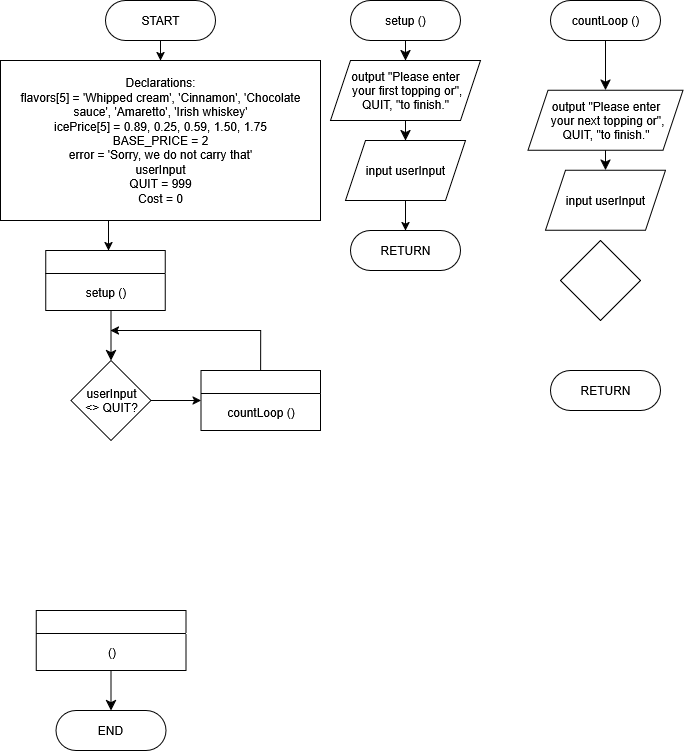
The draw.io diagram Module 7 - Arrays Exercise 2 - Connor Bowles.drawio.png in CBowles10/SDEV_120_FALL2025_CBOWLES, before a commit. Source tidied: cells renumbered, new cells last; positions are measured from the earlier drawing's top-left corner, leaving out a move shared by most shapes.
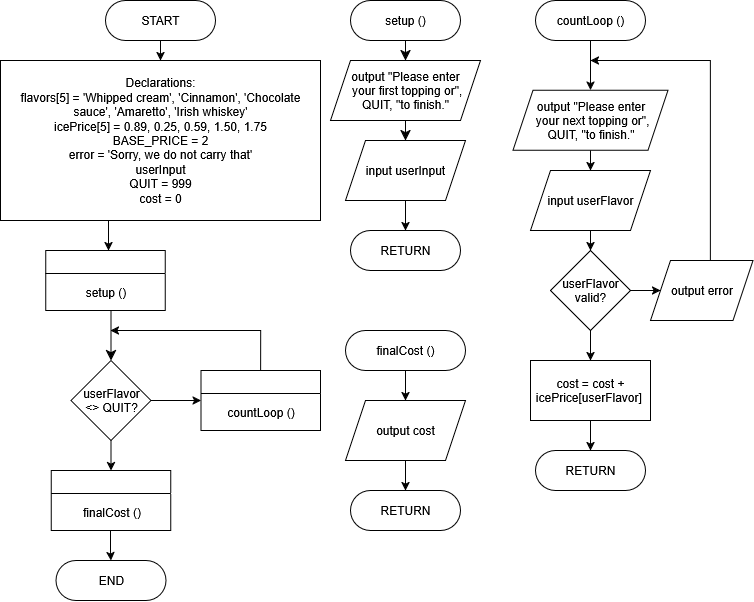
The same file after the commit.

What changed in the source:
```diff
@@ -14,7 +14,7 @@
         <mxPoint x="108.1" y="250" as="targetPoint" />
       </mxGeometry>
     </mxCell>
-    <mxCell id="5" value="Declarations:&lt;div&gt;flavors[5] = 'Whipped cream', 'Cinnamon', 'Chocolate sauce', 'Amaretto', 'Irish whiskey'&lt;br&gt;icePrice[5] = 0.89, 0.25, 0.59, 1.50, 1.75&lt;br&gt;BASE_PRICE = 2&lt;br&gt;error = 'Sorry, we do not carry that'&lt;/div&gt;&lt;div&gt;userInput&lt;br&gt;QUIT = 999&lt;br&gt;Cost = 0&lt;/div&gt;" style="rounded=0;whiteSpace=wrap;html=1;" parent="1" vertex="1">
+    <mxCell id="5" value="Declarations:&lt;div&gt;flavors[5] = 'Whipped cream', 'Cinnamon', 'Chocolate sauce', 'Amaretto', 'Irish whiskey'&lt;br&gt;icePrice[5] = 0.89, 0.25, 0.59, 1.50, 1.75&lt;br&gt;BASE_PRICE = 2&lt;br&gt;error = 'Sorry, we do not carry that'&lt;/div&gt;&lt;div&gt;userInput&lt;br&gt;QUIT = 999&lt;br&gt;cost = 0&lt;/div&gt;" style="rounded=0;whiteSpace=wrap;html=1;" parent="1" vertex="1">
       <mxGeometry y="60" width="320" height="160" as="geometry" />
     </mxCell>
     <mxCell id="6" style="edgeStyle=orthogonalEdgeStyle;rounded=0;jettySize=auto;html=1;exitX=0.5;exitY=0;exitDx=0;exitDy=0;" parent="1" edge="1" source="7">
@@ -43,21 +43,15 @@
       <mxGeometry x="29.8" y="25" width="60" height="30" as="geometry" />
     </mxCell>
     <mxCell id="12" value="END" style="rounded=1;whiteSpace=wrap;html=1;arcSize=50;" parent="1" vertex="1">
-      <mxGeometry x="55.5" y="710" width="110" height="40" as="geometry" />
+      <mxGeometry x="55.5" y="560" width="110" height="40" as="geometry" />
     </mxCell>
-    <mxCell id="13" style="edgeStyle=none;curved=1;rounded=0;jettySize=auto;html=1;exitX=0.5;exitY=1;exitDx=0;exitDy=0;entryX=0.5;entryY=0;entryDx=0;entryDy=0;fontSize=12;startSize=8;endSize=8;" parent="1" edge="1" source="14" target="12">
-      <mxGeometry relative="1" as="geometry" />
-    </mxCell>
-    <mxCell id="14" style="swimlane;whiteSpace=wrap;html=1;" parent="1" vertex="1">
-      <mxGeometry x="35.6" y="610" width="149.8" height="60" as="geometry" />
-    </mxCell>
-    <mxCell id="15" value="&lt;font style=&quot;font-size: 12px;&quot;&gt;()&lt;/font&gt;" style="text;html=1;align=center;verticalAlign=middle;strokeColor=none;fillColor=none;fontSize=16;" parent="14" vertex="1">
-      <mxGeometry x="59.9" y="25" width="30" height="30" as="geometry" />
-    </mxCell>
     <mxCell id="16" style="edgeStyle=orthogonalEdgeStyle;rounded=0;jettySize=auto;html=1;exitX=1;exitY=0.5;exitDx=0;exitDy=0;entryX=0;entryY=0.5;entryDx=0;entryDy=0;" parent="1" edge="1" source="17" target="7">
       <mxGeometry relative="1" as="geometry" />
     </mxCell>
+    <mxCell id="33" style="edgeStyle=orthogonalEdgeStyle;rounded=0;jettySize=auto;html=1;exitX=0.5;exitY=1;exitDx=0;exitDy=0;entryX=0.5;entryY=0;entryDx=0;entryDy=0;" parent="1" edge="1" source="17" target="42">
+      <mxGeometry relative="1" as="geometry" />
+    </mxCell>
-    <mxCell id="17" value="userInput&lt;br&gt;&amp;lt;&amp;gt; QUIT?" style="rhombus;whiteSpace=wrap;html=1;" parent="1" vertex="1">
+    <mxCell id="17" value="userFlavor&lt;br&gt;&amp;lt;&amp;gt; QUIT?" style="rhombus;whiteSpace=wrap;html=1;" parent="1" vertex="1">
       <mxGeometry x="70.5" y="360" width="80" height="80" as="geometry" />
     </mxCell>
     <mxCell id="18" style="edgeStyle=none;curved=1;rounded=0;jettySize=auto;html=1;exitX=0.5;exitY=1;exitDx=0;exitDy=0;entryX=0.5;entryY=0;entryDx=0;entryDy=0;fontSize=12;startSize=8;endSize=8;" parent="1" edge="1" source="19" target="21">
@@ -81,32 +75,84 @@
     <mxCell id="24" value="RETURN" style="rounded=1;whiteSpace=wrap;html=1;arcSize=50;" parent="1" vertex="1">
       <mxGeometry x="350" y="230" width="110" height="40" as="geometry" />
     </mxCell>
-    <mxCell id="25" style="edgeStyle=none;curved=1;rounded=0;jettySize=auto;html=1;exitX=0.5;exitY=1;exitDx=0;exitDy=0;entryX=0.5;entryY=0;entryDx=0;entryDy=0;fontSize=12;startSize=8;endSize=8;" parent="1" edge="1" source="26" target="28">
+    <mxCell id="25" style="edgeStyle=orthogonalEdgeStyle;rounded=0;jettySize=auto;html=1;" parent="1" edge="1" source="26" target="28">
       <mxGeometry relative="1" as="geometry" />
     </mxCell>
     <mxCell id="26" value="countLoop ()" style="rounded=1;whiteSpace=wrap;html=1;arcSize=50;" parent="1" vertex="1">
-      <mxGeometry x="550" width="110" height="40" as="geometry" />
+      <mxGeometry x="535" width="110" height="40" as="geometry" />
     </mxCell>
-    <mxCell id="27" style="edgeStyle=none;curved=1;rounded=0;jettySize=auto;html=1;exitX=0.5;exitY=1;exitDx=0;exitDy=0;fontSize=12;startSize=8;endSize=8;" parent="1" edge="1" source="28" target="29">
+    <mxCell id="27" style="edgeStyle=orthogonalEdgeStyle;rounded=0;jettySize=auto;html=1;exitX=0.5;exitY=1;exitDx=0;exitDy=0;entryX=0.5;entryY=0;entryDx=0;entryDy=0;" parent="1" edge="1" source="28" target="29">
       <mxGeometry relative="1" as="geometry" />
     </mxCell>
     <mxCell id="28" value="output &quot;Please enter&lt;br&gt;&amp;nbsp;your next topping or&quot;,&lt;br&gt;QUIT, &quot;to finish.&quot;" style="shape=parallelogram;perimeter=parallelogramPerimeter;whiteSpace=wrap;html=1;fixedSize=1;" parent="1" vertex="1">
-      <mxGeometry x="527.5" y="89.7" width="155" height="60" as="geometry" />
+      <mxGeometry x="512.5" y="89.7" width="155" height="60" as="geometry" />
     </mxCell>
+    <mxCell id="34" style="edgeStyle=orthogonalEdgeStyle;rounded=0;jettySize=auto;html=1;exitX=0.5;exitY=1;exitDx=0;exitDy=0;entryX=0.5;entryY=0;entryDx=0;entryDy=0;" parent="1" edge="1" source="29" target="32">
+      <mxGeometry relative="1" as="geometry" />
+    </mxCell>
-    <mxCell id="29" value="input userInput" style="shape=parallelogram;perimeter=parallelogramPerimeter;whiteSpace=wrap;html=1;fixedSize=1;" parent="1" vertex="1">
-      <mxGeometry x="545" y="169.7" width="120" height="60" as="geometry" />
+    <mxCell id="29" value="input userFlavor" style="shape=parallelogram;perimeter=parallelogramPerimeter;whiteSpace=wrap;html=1;fixedSize=1;" parent="1" vertex="1">
+      <mxGeometry x="530" y="170" width="120" height="60" as="geometry" />
     </mxCell>
     <mxCell id="30" style="edgeStyle=none;curved=1;rounded=0;orthogonalLoop=1;jettySize=auto;html=1;entryX=0.5;entryY=0;entryDx=0;entryDy=0;fontSize=12;startSize=8;endSize=8;" parent="1" edge="1">
       <mxGeometry relative="1" as="geometry">
-        <mxPoint x="605" y="249.7" as="sourcePoint" />
-        <mxPoint x="605" y="249.7" as="targetPoint" />
+        <mxPoint x="585" y="249.7" as="sourcePoint" />
+        <mxPoint x="585" y="249.7" as="targetPoint" />
       </mxGeometry>
     </mxCell>
-    <mxCell id="31" value="RETURN" style="rounded=1;whiteSpace=wrap;html=1;arcSize=50;" parent="1" vertex="1">
-      <mxGeometry x="550" y="370" width="110" height="40" as="geometry" />
-    </mxCell>
+    <mxCell id="35" style="edgeStyle=orthogonalEdgeStyle;rounded=0;jettySize=auto;html=1;exitX=1;exitY=0.5;exitDx=0;exitDy=0;entryX=0;entryY=0.5;entryDx=0;entryDy=0;" parent="1" edge="1" source="32" target="38">
+      <mxGeometry relative="1" as="geometry" />
+    </mxCell>
+    <mxCell id="36" style="edgeStyle=orthogonalEdgeStyle;rounded=0;jettySize=auto;html=1;" parent="1" edge="1" source="32" target="41">
+      <mxGeometry relative="1" as="geometry" />
+    </mxCell>
-    <mxCell id="32" style="rhombus;whiteSpace=wrap;html=1;" parent="1" vertex="1">
-      <mxGeometry x="560" y="240" width="80" height="80" as="geometry" />
+    <mxCell id="32" value="userFlavor&lt;br&gt;valid?" style="rhombus;whiteSpace=wrap;html=1;" parent="1" vertex="1">
+      <mxGeometry x="550" y="250" width="80" height="80" as="geometry" />
     </mxCell>
+    <mxCell id="37" style="edgeStyle=orthogonalEdgeStyle;rounded=0;jettySize=auto;html=1;" parent="1" edge="1" source="38">
+      <mxGeometry relative="1" as="geometry">
+        <mxPoint x="590" y="60" as="targetPoint" />
+        <Array as="points">
+          <mxPoint x="710" y="60" />
+        </Array>
+      </mxGeometry>
+    </mxCell>
+    <mxCell id="38" value="output error" style="shape=parallelogram;perimeter=parallelogramPerimeter;whiteSpace=wrap;html=1;fixedSize=1;" parent="1" vertex="1">
+      <mxGeometry x="650" y="260" width="102.5" height="60" as="geometry" />
+    </mxCell>
+    <mxCell id="39" value="RETURN" style="rounded=1;whiteSpace=wrap;html=1;arcSize=50;" parent="1" vertex="1">
+      <mxGeometry x="535" y="450" width="110" height="40" as="geometry" />
+    </mxCell>
+    <mxCell id="40" style="edgeStyle=orthogonalEdgeStyle;rounded=0;jettySize=auto;html=1;" parent="1" edge="1" source="41" target="39">
+      <mxGeometry relative="1" as="geometry" />
+    </mxCell>
+    <mxCell id="41" value="cost = cost + icePrice[userFlavor]&amp;nbsp;" style="rounded=0;whiteSpace=wrap;html=1;" parent="1" vertex="1">
+      <mxGeometry x="530" y="360" width="120" height="60" as="geometry" />
+    </mxCell>
+    <mxCell id="42" style="swimlane;whiteSpace=wrap;html=1;" parent="1" vertex="1">
+      <mxGeometry x="50.8" y="470" width="119.5" height="60" as="geometry" />
+    </mxCell>
+    <mxCell id="43" value="&lt;font style=&quot;font-size: 12px;&quot;&gt;finalCost ()&lt;/font&gt;" style="text;html=1;align=center;verticalAlign=middle;strokeColor=none;fillColor=none;fontSize=16;" parent="42" vertex="1">
+      <mxGeometry x="19.8" y="25" width="80" height="30" as="geometry" />
+    </mxCell>
+    <mxCell id="44" style="edgeStyle=orthogonalEdgeStyle;rounded=0;jettySize=auto;html=1;" parent="1" edge="1" target="12">
+      <mxGeometry relative="1" as="geometry">
+        <mxPoint x="110" y="530" as="sourcePoint" />
+      </mxGeometry>
+    </mxCell>
+    <mxCell id="45" style="edgeStyle=orthogonalEdgeStyle;rounded=0;jettySize=auto;html=1;exitX=0.5;exitY=1;exitDx=0;exitDy=0;entryX=0.5;entryY=0;entryDx=0;entryDy=0;" parent="1" edge="1" source="46" target="48">
+      <mxGeometry relative="1" as="geometry" />
+    </mxCell>
+    <mxCell id="46" value="finalCost ()" style="rounded=1;whiteSpace=wrap;html=1;arcSize=50;" parent="1" vertex="1">
+      <mxGeometry x="345" y="330" width="120" height="40" as="geometry" />
+    </mxCell>
+    <mxCell id="47" style="edgeStyle=orthogonalEdgeStyle;rounded=0;jettySize=auto;html=1;" parent="1" edge="1" source="48" target="49">
+      <mxGeometry relative="1" as="geometry" />
+    </mxCell>
+    <mxCell id="48" value="output cost" style="shape=parallelogram;perimeter=parallelogramPerimeter;whiteSpace=wrap;html=1;fixedSize=1;" parent="1" vertex="1">
+      <mxGeometry x="345" y="400" width="120" height="60" as="geometry" />
+    </mxCell>
+    <mxCell id="49" value="RETURN" style="rounded=1;whiteSpace=wrap;html=1;arcSize=50;" parent="1" vertex="1">
+      <mxGeometry x="350" y="490" width="110" height="40" as="geometry" />
+    </mxCell>
   </root>
 </mxGraphModel>
```
